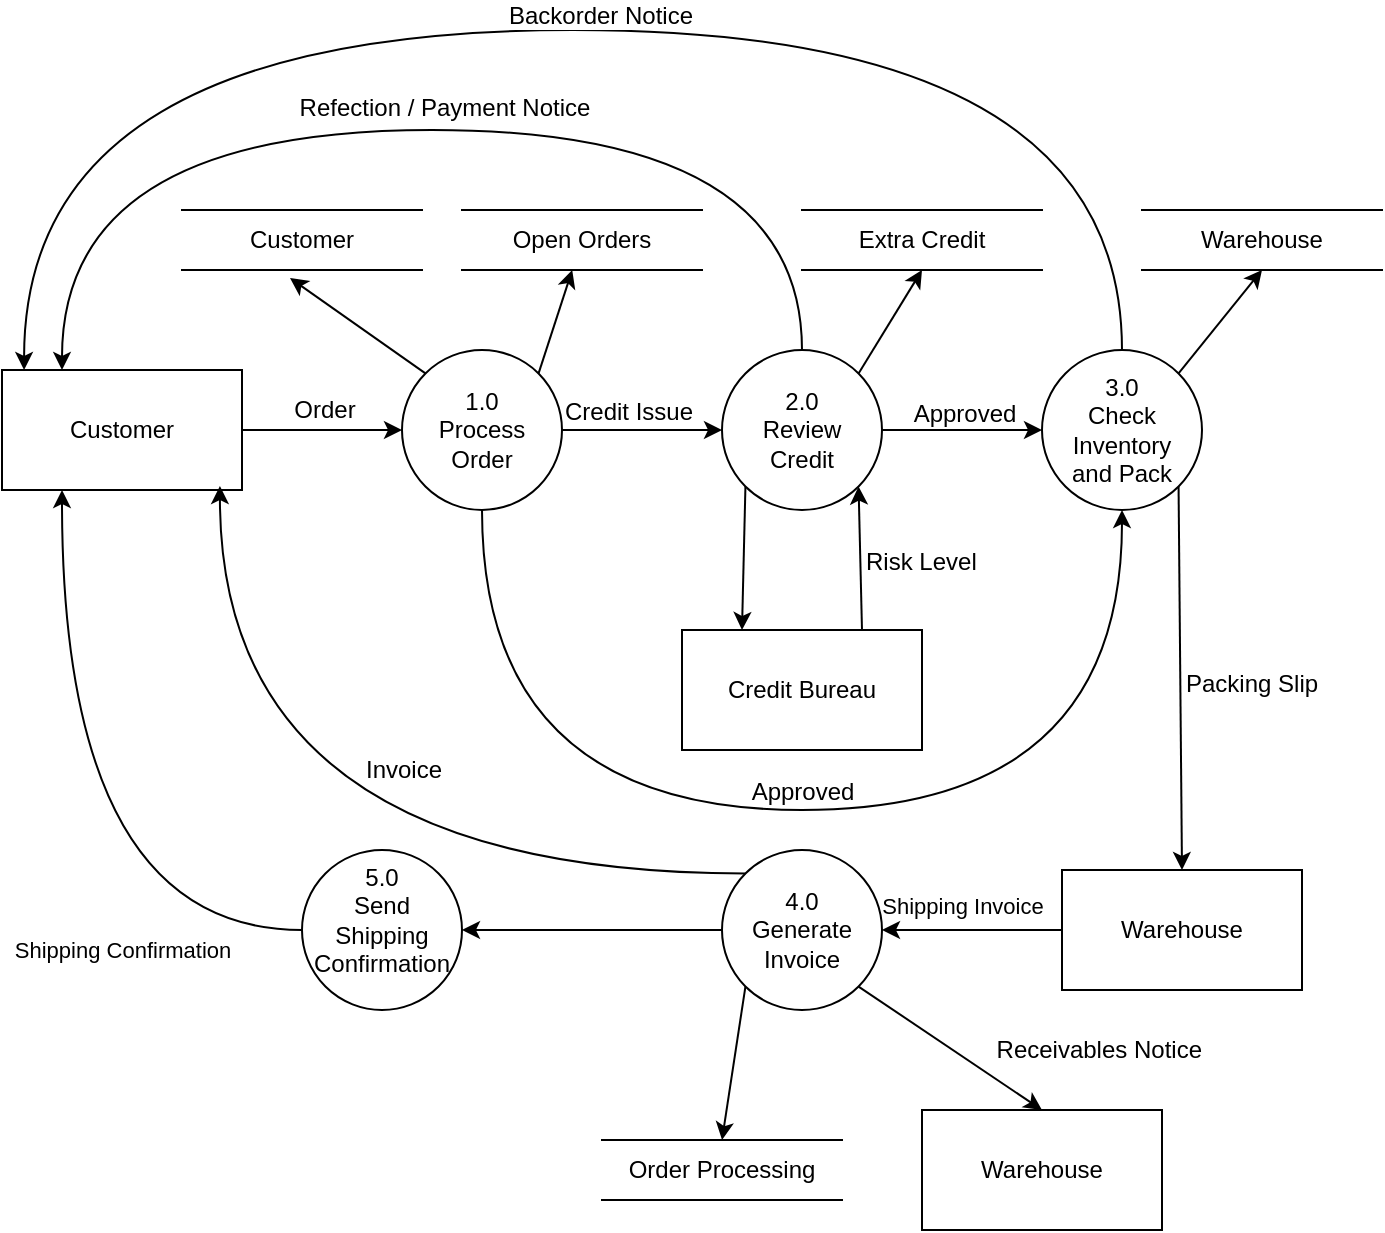
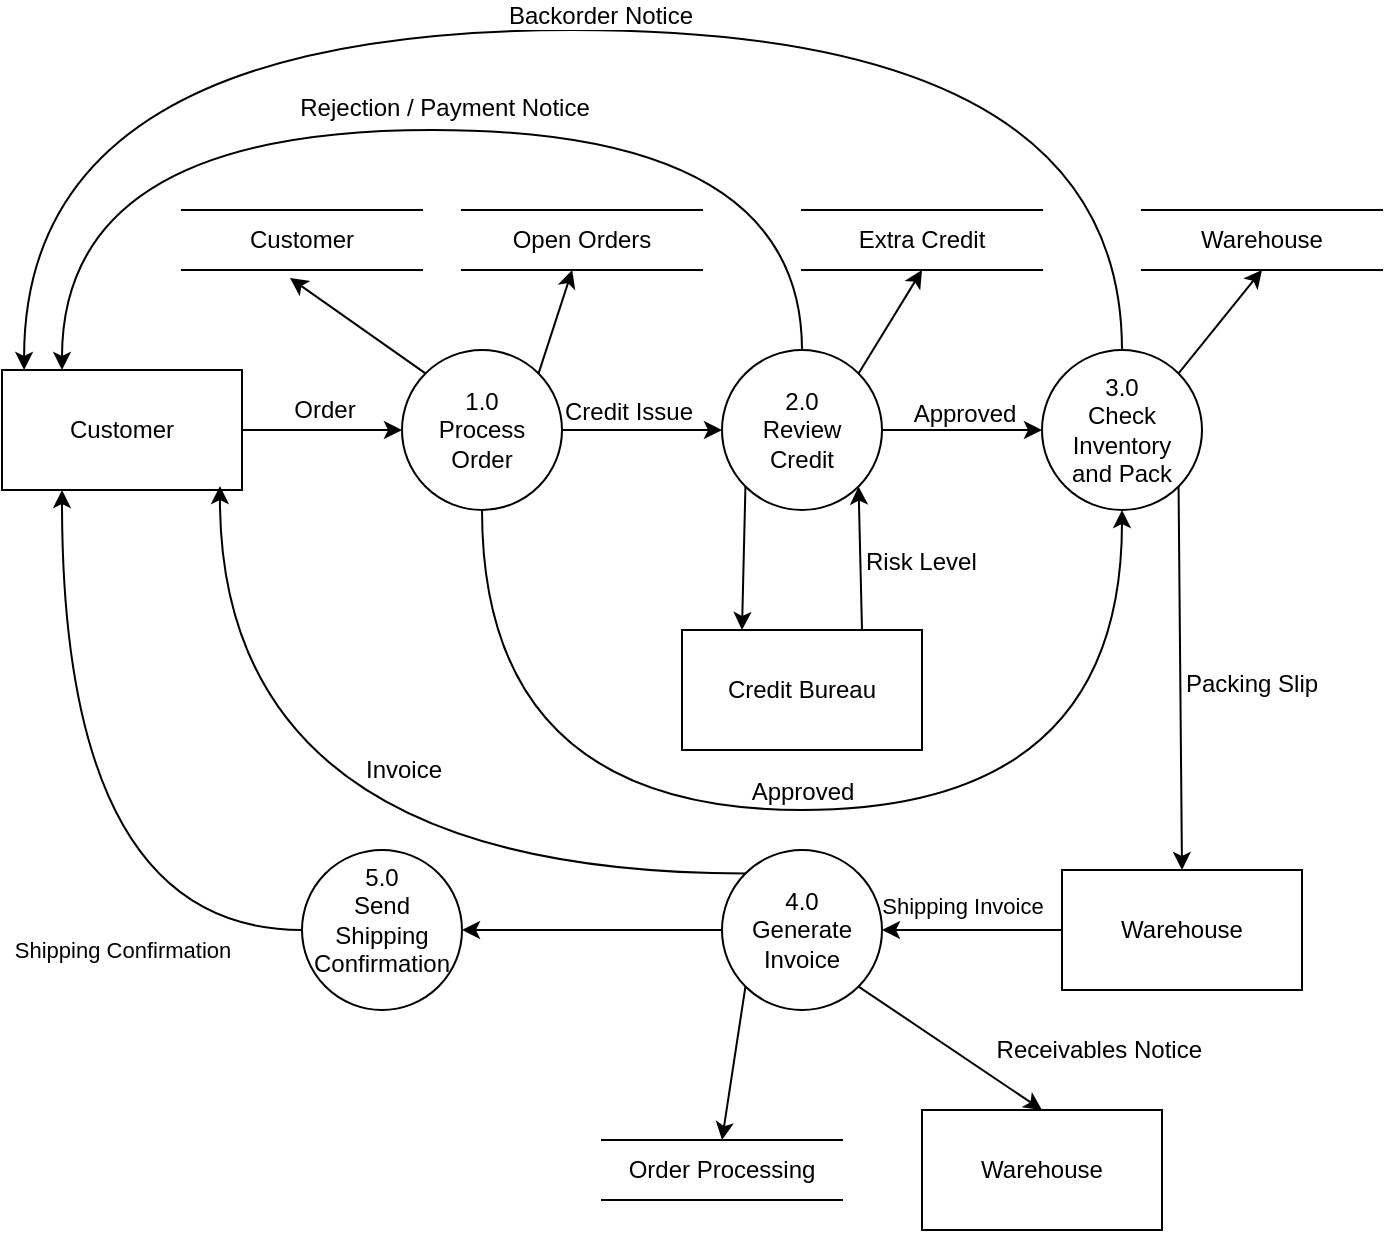
<mxfile host="app.diagrams.net" agent="Mozilla/5.0 (Macintosh; Intel Mac OS X 10_15_7) AppleWebKit/605.1.15 (KHTML, like Gecko) Version/18.5 Safari/605.1.15">
  <diagram name="Sivu-1" id="YWAFZ0CTFEz7q2giM9Zv">
    <mxGraphModel dx="934" dy="629" grid="1" gridSize="10" guides="1" tooltips="1" connect="1" arrows="1" fold="1" page="1" pageScale="1" pageWidth="827" pageHeight="1169" math="0" shadow="0">
      <root>
        <mxCell id="0" />
        <mxCell id="1" parent="0" />
        <mxCell id="o6f3mw0QpFmuyIw5XCpY-5" edge="1" parent="1" source="o6f3mw0QpFmuyIw5XCpY-2" style="edgeStyle=orthogonalEdgeStyle;rounded=0;orthogonalLoop=1;jettySize=auto;html=1;exitX=1;exitY=0.5;exitDx=0;exitDy=0;entryX=0;entryY=0.5;entryDx=0;entryDy=0;" target="o6f3mw0QpFmuyIw5XCpY-4">
          <mxGeometry relative="1" as="geometry" />
        </mxCell>
        <mxCell id="o6f3mw0QpFmuyIw5XCpY-6" connectable="0" parent="o6f3mw0QpFmuyIw5XCpY-5" style="edgeLabel;html=1;align=center;verticalAlign=bottom;resizable=0;points=[];labelPosition=center;verticalLabelPosition=top;" value="&lt;font style=&quot;font-size: 12px;&quot;&gt;Order&lt;/font&gt;" vertex="1">
          <mxGeometry relative="1" x="0.0222" y="2" as="geometry">
            <mxPoint as="offset" />
          </mxGeometry>
        </mxCell>
        <mxCell id="o6f3mw0QpFmuyIw5XCpY-2" parent="1" style="rounded=0;whiteSpace=wrap;html=1;" value="Customer" vertex="1">
          <mxGeometry height="60" width="120" x="40" y="250" as="geometry" />
        </mxCell>
        <mxCell id="o6f3mw0QpFmuyIw5XCpY-8" edge="1" parent="1" source="o6f3mw0QpFmuyIw5XCpY-4" style="edgeStyle=orthogonalEdgeStyle;rounded=0;orthogonalLoop=1;jettySize=auto;html=1;entryX=0;entryY=0.5;entryDx=0;entryDy=0;" target="o6f3mw0QpFmuyIw5XCpY-7">
          <mxGeometry relative="1" as="geometry" />
        </mxCell>
        <mxCell id="o6f3mw0QpFmuyIw5XCpY-9" connectable="0" parent="o6f3mw0QpFmuyIw5XCpY-8" style="edgeLabel;html=1;align=center;verticalAlign=bottom;resizable=0;points=[];labelPosition=center;verticalLabelPosition=top;" value="&lt;font style=&quot;font-size: 12px;&quot;&gt;Credit Issue&lt;/font&gt;" vertex="1">
          <mxGeometry relative="1" x="-0.175" y="1" as="geometry">
            <mxPoint as="offset" />
          </mxGeometry>
        </mxCell>
        <mxCell id="o6f3mw0QpFmuyIw5XCpY-20" edge="1" parent="1" source="o6f3mw0QpFmuyIw5XCpY-4" style="rounded=0;orthogonalLoop=1;jettySize=auto;html=1;exitX=1;exitY=0;exitDx=0;exitDy=0;" target="o6f3mw0QpFmuyIw5XCpY-18">
          <mxGeometry relative="1" as="geometry" />
        </mxCell>
        <mxCell id="o6f3mw0QpFmuyIw5XCpY-36" edge="1" parent="1" source="o6f3mw0QpFmuyIw5XCpY-4" style="edgeStyle=orthogonalEdgeStyle;rounded=0;orthogonalLoop=1;jettySize=auto;html=1;exitX=0.5;exitY=1;exitDx=0;exitDy=0;entryX=0.5;entryY=1;entryDx=0;entryDy=0;curved=1;labelPosition=center;verticalLabelPosition=top;align=center;verticalAlign=bottom;" target="o6f3mw0QpFmuyIw5XCpY-21" value="&lt;font style=&quot;font-size: 12px;&quot;&gt;Approved&lt;/font&gt;">
          <mxGeometry relative="1" as="geometry">
            <Array as="points">
              <mxPoint x="280" y="470" />
              <mxPoint x="600" y="470" />
            </Array>
          </mxGeometry>
        </mxCell>
        <mxCell id="o6f3mw0QpFmuyIw5XCpY-4" parent="1" style="ellipse;whiteSpace=wrap;html=1;aspect=fixed;" value="&lt;div&gt;1.0&lt;/div&gt;Process&lt;div&gt;Order&lt;/div&gt;" vertex="1">
          <mxGeometry height="80" width="80" x="240" y="240" as="geometry" />
        </mxCell>
        <mxCell id="o6f3mw0QpFmuyIw5XCpY-22" edge="1" parent="1" source="o6f3mw0QpFmuyIw5XCpY-7" style="edgeStyle=orthogonalEdgeStyle;rounded=0;orthogonalLoop=1;jettySize=auto;html=1;entryX=0;entryY=0.5;entryDx=0;entryDy=0;" target="o6f3mw0QpFmuyIw5XCpY-21">
          <mxGeometry relative="1" as="geometry" />
        </mxCell>
        <mxCell id="o6f3mw0QpFmuyIw5XCpY-23" connectable="0" parent="o6f3mw0QpFmuyIw5XCpY-22" style="edgeLabel;html=1;align=center;verticalAlign=bottom;resizable=0;points=[];labelPosition=center;verticalLabelPosition=top;" value="&lt;font style=&quot;font-size: 12px;&quot;&gt;Approved&lt;/font&gt;" vertex="1">
          <mxGeometry relative="1" x="0.025" as="geometry">
            <mxPoint as="offset" />
          </mxGeometry>
        </mxCell>
        <mxCell id="o6f3mw0QpFmuyIw5XCpY-24" edge="1" parent="1" source="o6f3mw0QpFmuyIw5XCpY-7" style="edgeStyle=orthogonalEdgeStyle;rounded=0;orthogonalLoop=1;jettySize=auto;html=1;exitX=0.5;exitY=0;exitDx=0;exitDy=0;entryX=0.25;entryY=0;entryDx=0;entryDy=0;curved=1;" target="o6f3mw0QpFmuyIw5XCpY-2">
          <mxGeometry relative="1" as="geometry">
            <Array as="points">
              <mxPoint x="440" y="130" />
              <mxPoint x="70" y="130" />
            </Array>
          </mxGeometry>
        </mxCell>
-         <mxCell id="o6f3mw0QpFmuyIw5XCpY-25" connectable="0" parent="o6f3mw0QpFmuyIw5XCpY-24" style="edgeLabel;html=1;align=center;verticalAlign=bottom;resizable=0;points=[];labelPosition=center;verticalLabelPosition=top;" value="&lt;font style=&quot;font-size: 12px;&quot;&gt;Refection / Payment Notice&lt;/font&gt;" vertex="1">
+         <mxCell id="o6f3mw0QpFmuyIw5XCpY-25" connectable="0" parent="o6f3mw0QpFmuyIw5XCpY-24" style="edgeLabel;html=1;align=center;verticalAlign=bottom;resizable=0;points=[];labelPosition=center;verticalLabelPosition=top;" value="&lt;font style=&quot;font-size: 12px;&quot;&gt;Rejection / Payment Notice&lt;/font&gt;" vertex="1">
          <mxGeometry relative="1" x="-0.0367" y="-3" as="geometry">
            <mxPoint as="offset" />
          </mxGeometry>
        </mxCell>
        <mxCell id="o6f3mw0QpFmuyIw5XCpY-26" edge="1" parent="1" source="o6f3mw0QpFmuyIw5XCpY-7" style="rounded=0;orthogonalLoop=1;jettySize=auto;html=1;exitX=1;exitY=0;exitDx=0;exitDy=0;">
          <mxGeometry relative="1" as="geometry">
            <mxPoint x="500" y="200" as="targetPoint" />
          </mxGeometry>
        </mxCell>
        <mxCell id="o6f3mw0QpFmuyIw5XCpY-33" edge="1" parent="1" source="o6f3mw0QpFmuyIw5XCpY-7" style="rounded=0;orthogonalLoop=1;jettySize=auto;html=1;exitX=0;exitY=1;exitDx=0;exitDy=0;entryX=0.25;entryY=0;entryDx=0;entryDy=0;" target="o6f3mw0QpFmuyIw5XCpY-31">
          <mxGeometry relative="1" as="geometry" />
        </mxCell>
        <mxCell id="o6f3mw0QpFmuyIw5XCpY-7" parent="1" style="ellipse;whiteSpace=wrap;html=1;aspect=fixed;" value="&lt;div&gt;2.0&lt;/div&gt;Review&lt;div&gt;Credit&lt;/div&gt;" vertex="1">
          <mxGeometry height="80" width="80" x="400" y="240" as="geometry" />
        </mxCell>
        <mxCell id="o6f3mw0QpFmuyIw5XCpY-10" parent="1" style="shape=partialRectangle;whiteSpace=wrap;html=1;left=0;right=0;fillColor=none;" value="Customer" vertex="1">
          <mxGeometry height="30" width="120" x="130" y="170" as="geometry" />
        </mxCell>
        <mxCell id="o6f3mw0QpFmuyIw5XCpY-18" parent="1" style="shape=partialRectangle;whiteSpace=wrap;html=1;left=0;right=0;fillColor=none;" value="Open Orders" vertex="1">
          <mxGeometry height="30" width="120" x="270" y="170" as="geometry" />
        </mxCell>
        <mxCell id="o6f3mw0QpFmuyIw5XCpY-19" edge="1" parent="1" source="o6f3mw0QpFmuyIw5XCpY-4" style="rounded=0;orthogonalLoop=1;jettySize=auto;html=1;exitX=0;exitY=0;exitDx=0;exitDy=0;entryX=0.45;entryY=1.133;entryDx=0;entryDy=0;entryPerimeter=0;" target="o6f3mw0QpFmuyIw5XCpY-10">
          <mxGeometry relative="1" as="geometry" />
        </mxCell>
        <mxCell id="o6f3mw0QpFmuyIw5XCpY-38" edge="1" parent="1" source="o6f3mw0QpFmuyIw5XCpY-21" style="rounded=0;orthogonalLoop=1;jettySize=auto;html=1;exitX=1;exitY=1;exitDx=0;exitDy=0;entryX=0.5;entryY=0;entryDx=0;entryDy=0;" target="o6f3mw0QpFmuyIw5XCpY-43">
          <mxGeometry relative="1" as="geometry">
            <mxPoint x="628" y="500" as="targetPoint" />
          </mxGeometry>
        </mxCell>
        <mxCell id="o6f3mw0QpFmuyIw5XCpY-42" connectable="0" parent="o6f3mw0QpFmuyIw5XCpY-38" style="edgeLabel;html=1;align=left;verticalAlign=middle;resizable=0;points=[];labelPosition=right;verticalLabelPosition=middle;" value="&lt;font style=&quot;font-size: 12px;&quot;&gt;Packing Slip&lt;/font&gt;" vertex="1">
          <mxGeometry relative="1" x="-0.0311" y="1" as="geometry">
            <mxPoint y="5" as="offset" />
          </mxGeometry>
        </mxCell>
        <mxCell id="o6f3mw0QpFmuyIw5XCpY-41" edge="1" parent="1" source="o6f3mw0QpFmuyIw5XCpY-21" style="rounded=0;orthogonalLoop=1;jettySize=auto;html=1;exitX=1;exitY=0;exitDx=0;exitDy=0;entryX=0.5;entryY=1;entryDx=0;entryDy=0;" target="o6f3mw0QpFmuyIw5XCpY-40">
          <mxGeometry relative="1" as="geometry" />
        </mxCell>
        <mxCell id="o6f3mw0QpFmuyIw5XCpY-21" parent="1" style="ellipse;whiteSpace=wrap;html=1;aspect=fixed;" value="3.0&lt;div&gt;Check Inventory&lt;/div&gt;&lt;div&gt;and Pack&lt;/div&gt;" vertex="1">
          <mxGeometry height="80" width="80" x="560" y="240" as="geometry" />
        </mxCell>
        <mxCell id="o6f3mw0QpFmuyIw5XCpY-27" parent="1" style="shape=partialRectangle;whiteSpace=wrap;html=1;left=0;right=0;fillColor=none;" value="Extra Credit" vertex="1">
          <mxGeometry height="30" width="120" x="440" y="170" as="geometry" />
        </mxCell>
        <mxCell id="o6f3mw0QpFmuyIw5XCpY-34" edge="1" parent="1" source="o6f3mw0QpFmuyIw5XCpY-31" style="rounded=0;orthogonalLoop=1;jettySize=auto;html=1;exitX=0.75;exitY=0;exitDx=0;exitDy=0;entryX=1;entryY=1;entryDx=0;entryDy=0;" target="o6f3mw0QpFmuyIw5XCpY-7">
          <mxGeometry relative="1" as="geometry" />
        </mxCell>
        <mxCell id="o6f3mw0QpFmuyIw5XCpY-35" connectable="0" parent="o6f3mw0QpFmuyIw5XCpY-34" style="edgeLabel;html=1;align=left;verticalAlign=middle;resizable=0;points=[];labelPosition=right;verticalLabelPosition=middle;" value="&lt;font style=&quot;font-size: 12px;&quot;&gt;Risk Level&lt;/font&gt;" vertex="1">
          <mxGeometry relative="1" x="-0.0524" y="-1" as="geometry">
            <mxPoint as="offset" />
          </mxGeometry>
        </mxCell>
        <mxCell id="o6f3mw0QpFmuyIw5XCpY-31" parent="1" style="rounded=0;whiteSpace=wrap;html=1;" value="Credit Bureau" vertex="1">
          <mxGeometry height="60" width="120" x="380" y="380" as="geometry" />
        </mxCell>
        <mxCell id="o6f3mw0QpFmuyIw5XCpY-37" edge="1" parent="1" source="o6f3mw0QpFmuyIw5XCpY-21" style="edgeStyle=orthogonalEdgeStyle;rounded=0;orthogonalLoop=1;jettySize=auto;html=1;exitX=0.5;exitY=0;exitDx=0;exitDy=0;entryX=0.092;entryY=0;entryDx=0;entryDy=0;entryPerimeter=0;curved=1;" target="o6f3mw0QpFmuyIw5XCpY-2">
          <mxGeometry relative="1" as="geometry">
            <Array as="points">
              <mxPoint x="600" y="80" />
              <mxPoint x="51" y="80" />
            </Array>
          </mxGeometry>
        </mxCell>
        <mxCell id="o6f3mw0QpFmuyIw5XCpY-47" connectable="0" parent="o6f3mw0QpFmuyIw5XCpY-37" style="edgeLabel;html=1;align=center;verticalAlign=bottom;resizable=0;points=[];labelPosition=center;verticalLabelPosition=top;" value="&lt;font style=&quot;font-size: 12px;&quot;&gt;Backorder Notice&lt;/font&gt;" vertex="1">
          <mxGeometry relative="1" x="-0.0421" y="1" as="geometry">
            <mxPoint as="offset" />
          </mxGeometry>
        </mxCell>
        <mxCell id="o6f3mw0QpFmuyIw5XCpY-40" parent="1" style="shape=partialRectangle;whiteSpace=wrap;html=1;left=0;right=0;fillColor=none;" value="Warehouse" vertex="1">
          <mxGeometry height="30" width="120" x="610" y="170" as="geometry" />
        </mxCell>
        <mxCell id="o6f3mw0QpFmuyIw5XCpY-45" edge="1" parent="1" source="o6f3mw0QpFmuyIw5XCpY-43" style="edgeStyle=orthogonalEdgeStyle;rounded=0;orthogonalLoop=1;jettySize=auto;html=1;exitX=0;exitY=0.5;exitDx=0;exitDy=0;entryX=1;entryY=0.5;entryDx=0;entryDy=0;" target="o6f3mw0QpFmuyIw5XCpY-44">
          <mxGeometry relative="1" as="geometry" />
        </mxCell>
        <mxCell id="o6f3mw0QpFmuyIw5XCpY-46" connectable="0" parent="o6f3mw0QpFmuyIw5XCpY-45" style="edgeLabel;html=1;align=center;verticalAlign=bottom;resizable=0;points=[];labelPosition=center;verticalLabelPosition=top;" value="Shipping Invoice" vertex="1">
          <mxGeometry relative="1" x="0.2222" y="-4" as="geometry">
            <mxPoint x="5" as="offset" />
          </mxGeometry>
        </mxCell>
        <mxCell id="o6f3mw0QpFmuyIw5XCpY-43" parent="1" style="rounded=0;whiteSpace=wrap;html=1;" value="Warehouse" vertex="1">
          <mxGeometry height="60" width="120" x="570" y="500" as="geometry" />
        </mxCell>
        <mxCell id="o6f3mw0QpFmuyIw5XCpY-48" edge="1" parent="1" source="o6f3mw0QpFmuyIw5XCpY-44" style="rounded=0;orthogonalLoop=1;jettySize=auto;html=1;exitX=1;exitY=1;exitDx=0;exitDy=0;entryX=0.5;entryY=0;entryDx=0;entryDy=0;" target="o6f3mw0QpFmuyIw5XCpY-49">
          <mxGeometry relative="1" as="geometry">
            <mxPoint x="520" y="600" as="targetPoint" />
          </mxGeometry>
        </mxCell>
        <mxCell id="o6f3mw0QpFmuyIw5XCpY-50" connectable="0" parent="o6f3mw0QpFmuyIw5XCpY-48" style="edgeLabel;html=1;align=right;verticalAlign=middle;resizable=0;points=[];labelPosition=left;verticalLabelPosition=middle;" value="&lt;font style=&quot;font-size: 12px;&quot;&gt;Receivables Notice&lt;/font&gt;" vertex="1">
          <mxGeometry relative="1" x="-0.0535" y="-3" as="geometry">
            <mxPoint x="130" as="offset" />
          </mxGeometry>
        </mxCell>
        <mxCell id="o6f3mw0QpFmuyIw5XCpY-51" edge="1" parent="1" source="o6f3mw0QpFmuyIw5XCpY-44" style="rounded=0;orthogonalLoop=1;jettySize=auto;html=1;exitX=0;exitY=1;exitDx=0;exitDy=0;entryX=0.5;entryY=0;entryDx=0;entryDy=0;" target="o6f3mw0QpFmuyIw5XCpY-52">
          <mxGeometry relative="1" as="geometry">
            <mxPoint x="400" y="620" as="targetPoint" />
          </mxGeometry>
        </mxCell>
        <mxCell id="o6f3mw0QpFmuyIw5XCpY-58" edge="1" parent="1" source="o6f3mw0QpFmuyIw5XCpY-44" style="edgeStyle=orthogonalEdgeStyle;rounded=0;orthogonalLoop=1;jettySize=auto;html=1;" target="o6f3mw0QpFmuyIw5XCpY-57">
          <mxGeometry relative="1" as="geometry" />
        </mxCell>
        <mxCell id="o6f3mw0QpFmuyIw5XCpY-44" parent="1" style="ellipse;whiteSpace=wrap;html=1;aspect=fixed;" value="&lt;div&gt;4.0&lt;/div&gt;Generate&lt;br&gt;&lt;div&gt;Invoice&lt;/div&gt;" vertex="1">
          <mxGeometry height="80" width="80" x="400" y="490" as="geometry" />
        </mxCell>
        <mxCell id="o6f3mw0QpFmuyIw5XCpY-49" parent="1" style="rounded=0;whiteSpace=wrap;html=1;" value="Warehouse" vertex="1">
          <mxGeometry height="60" width="120" x="500" y="620" as="geometry" />
        </mxCell>
        <mxCell id="o6f3mw0QpFmuyIw5XCpY-52" parent="1" style="shape=partialRectangle;whiteSpace=wrap;html=1;left=0;right=0;fillColor=none;" value="Order Processing" vertex="1">
          <mxGeometry height="30" width="120" x="340" y="635" as="geometry" />
        </mxCell>
        <mxCell id="o6f3mw0QpFmuyIw5XCpY-55" edge="1" parent="1" source="o6f3mw0QpFmuyIw5XCpY-44" style="edgeStyle=orthogonalEdgeStyle;rounded=0;orthogonalLoop=1;jettySize=auto;html=1;exitX=0;exitY=0;exitDx=0;exitDy=0;entryX=0.908;entryY=0.967;entryDx=0;entryDy=0;entryPerimeter=0;curved=1;" target="o6f3mw0QpFmuyIw5XCpY-2">
          <mxGeometry relative="1" as="geometry" />
        </mxCell>
        <mxCell id="o6f3mw0QpFmuyIw5XCpY-56" connectable="0" parent="o6f3mw0QpFmuyIw5XCpY-55" style="edgeLabel;html=1;align=left;verticalAlign=middle;resizable=0;points=[];labelPosition=right;verticalLabelPosition=middle;" value="&lt;font style=&quot;font-size: 12px;&quot;&gt;Invoice&lt;/font&gt;" vertex="1">
          <mxGeometry relative="1" x="-0.1599" y="-44" as="geometry">
            <mxPoint y="-8" as="offset" />
          </mxGeometry>
        </mxCell>
        <mxCell id="o6f3mw0QpFmuyIw5XCpY-59" edge="1" parent="1" source="o6f3mw0QpFmuyIw5XCpY-57" style="edgeStyle=orthogonalEdgeStyle;rounded=0;orthogonalLoop=1;jettySize=auto;html=1;entryX=0.25;entryY=1;entryDx=0;entryDy=0;curved=1;" target="o6f3mw0QpFmuyIw5XCpY-2">
          <mxGeometry relative="1" as="geometry" />
        </mxCell>
        <mxCell id="o6f3mw0QpFmuyIw5XCpY-60" connectable="0" parent="o6f3mw0QpFmuyIw5XCpY-59" style="edgeLabel;html=1;align=center;verticalAlign=middle;resizable=0;points=[];" value="Shipping Confirmation" vertex="1">
          <mxGeometry relative="1" x="0.0706" y="-23" as="geometry">
            <mxPoint x="7" y="72" as="offset" />
          </mxGeometry>
        </mxCell>
        <mxCell id="o6f3mw0QpFmuyIw5XCpY-57" parent="1" style="ellipse;whiteSpace=wrap;html=1;aspect=fixed;verticalAlign=top;" value="5.0&lt;div&gt;Send Shipping&lt;/div&gt;&lt;div&gt;Confirmation&lt;/div&gt;" vertex="1">
          <mxGeometry height="80" width="80" x="190" y="490" as="geometry" />
        </mxCell>
      </root>
    </mxGraphModel>
  </diagram>
</mxfile>
